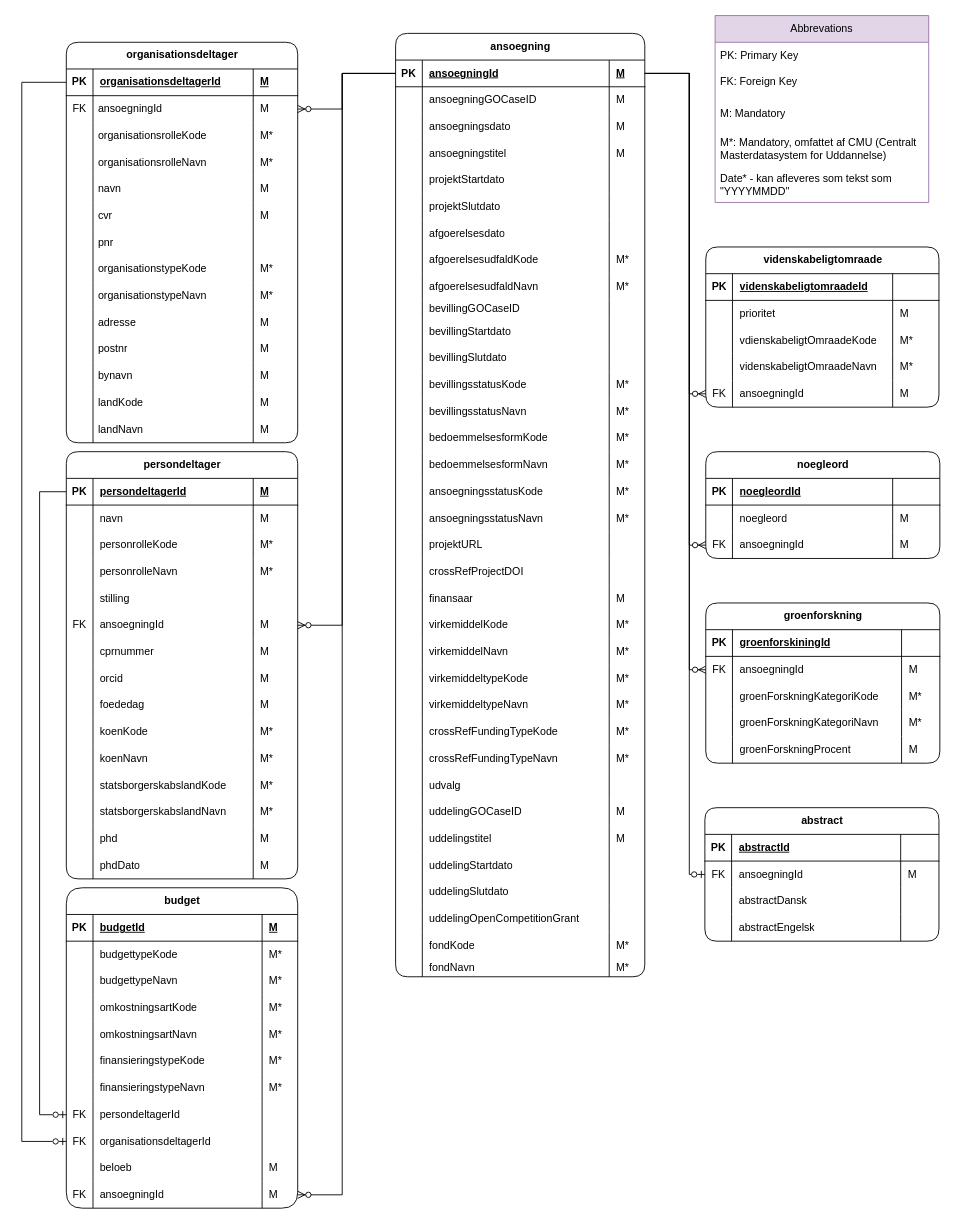
Before: page "NY Raw" (4 of 5) of Grants model.drawio in thomas-lange-dk/Grants, a draw.io diagram. Source tidied: cells renumbered, new cells numbered last; positions are measured from the earlier drawing's top-left corner, leaving out a move shared by most shapes. Both pictures are drawn from the tidied source at 89%, with x=0, y=0 at pixel (21, 15).
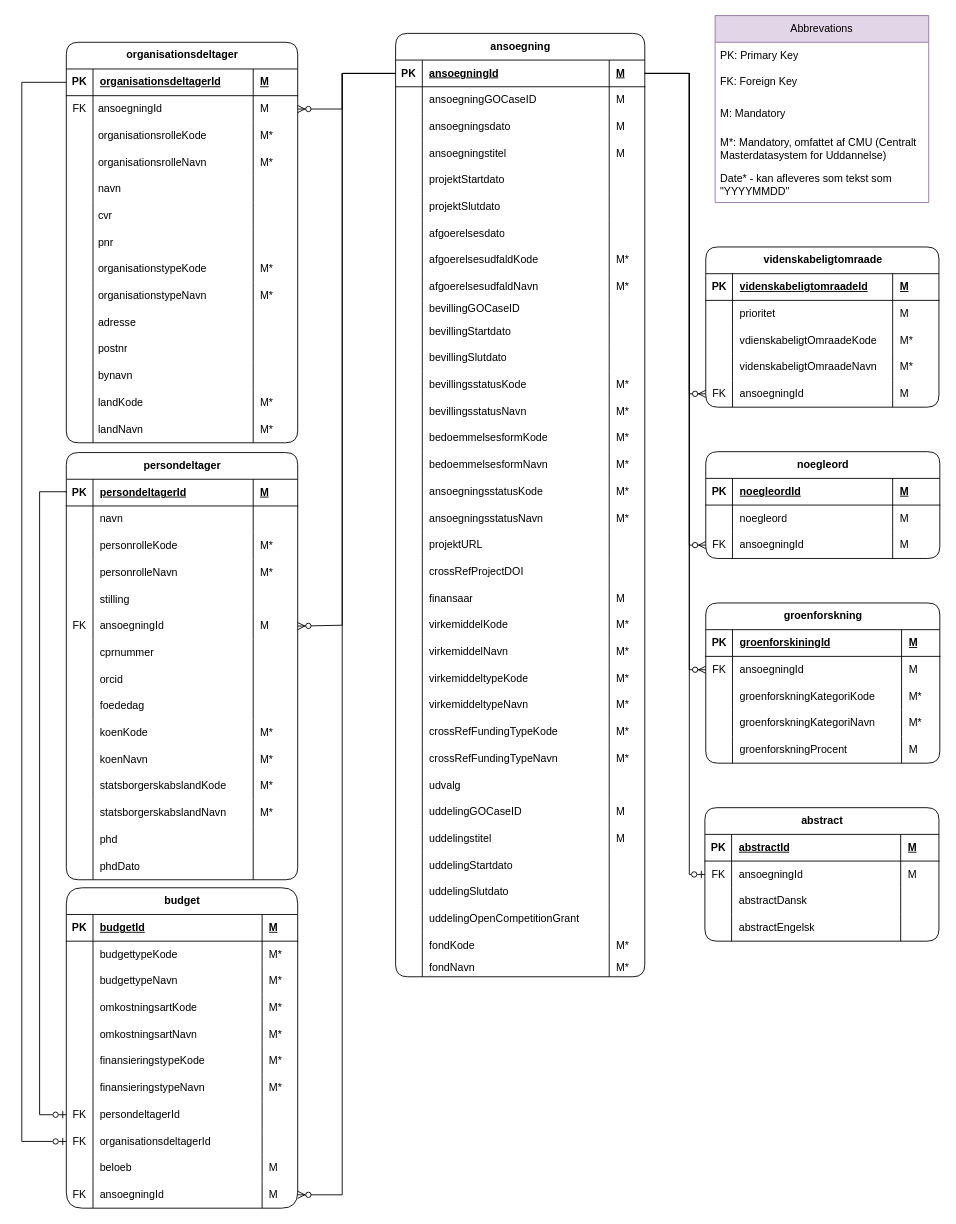
The same diagram, later.

The change refers to these unchanged cells:
```xml
<mxCell id="19" style="shape=tableRow;horizontal=0;startSize=0;swimlaneHead=0;swimlaneBody=0;fillColor=none;top=0;left=0;right=0;bottom=0;shadow=0;spacingBottom=0;spacingTop=0;" parent="2" vertex="1">
  <mxGeometry y="150" width="260" height="30" as="geometry" />
</mxCell>
<mxCell id="23" style="shape=tableRow;horizontal=0;startSize=0;swimlaneHead=0;swimlaneBody=0;fillColor=none;top=0;left=0;right=0;bottom=0;shadow=0;spacingBottom=0;spacingTop=0;" parent="2" vertex="1">
  <mxGeometry y="180" width="260" height="30" as="geometry" />
</mxCell>
<mxCell id="39" style="shape=tableRow;horizontal=0;startSize=0;swimlaneHead=0;swimlaneBody=0;fillColor=none;top=0;left=0;right=0;bottom=0;shadow=0;spacingBottom=0;spacingTop=0;" parent="2" vertex="1">
  <mxGeometry y="300" width="260" height="30" as="geometry" />
</mxCell>
<mxCell id="43" style="shape=tableRow;horizontal=0;startSize=0;swimlaneHead=0;swimlaneBody=0;fillColor=none;top=0;left=0;right=0;bottom=0;shadow=0;spacingBottom=0;spacingTop=0;" parent="2" vertex="1">
  <mxGeometry y="330" width="260" height="30" as="geometry" />
</mxCell>
<mxCell id="47" style="shape=tableRow;horizontal=0;startSize=0;swimlaneHead=0;swimlaneBody=0;fillColor=none;top=0;left=0;right=0;bottom=0;shadow=0;spacingBottom=0;spacingTop=0;" parent="2" vertex="1">
  <mxGeometry y="360" width="260" height="30" as="geometry" />
</mxCell>
<mxCell id="51" style="shape=tableRow;horizontal=0;startSize=0;swimlaneHead=0;swimlaneBody=0;fillColor=none;top=0;left=0;right=0;bottom=0;shadow=0;spacingBottom=0;spacingTop=0;" parent="2" vertex="1">
  <mxGeometry y="390" width="260" height="30" as="geometry" />
</mxCell>
<mxCell id="55" style="shape=tableRow;horizontal=0;startSize=0;swimlaneHead=0;swimlaneBody=0;fillColor=none;top=0;left=0;right=0;bottom=0;shadow=0;spacingBottom=0;spacingTop=0;" parent="2" vertex="1">
  <mxGeometry y="420" width="260" height="30" as="geometry" />
</mxCell>
<mxCell id="60" style="shape=tableRow;horizontal=0;startSize=0;swimlaneHead=0;swimlaneBody=0;fillColor=none;top=0;left=0;right=0;bottom=1;shadow=0;" parent="59" vertex="1">
  <mxGeometry y="30" width="263" height="30" as="geometry" />
</mxCell>
<mxCell id="73" style="shape=tableRow;horizontal=0;startSize=0;swimlaneHead=0;swimlaneBody=0;fillColor=none;top=0;left=0;right=0;bottom=1;shadow=0;" parent="72" vertex="1">
  <mxGeometry y="30" width="262" height="30" as="geometry" />
</mxCell>
<mxCell id="246" style="shape=tableRow;horizontal=0;startSize=0;swimlaneHead=0;swimlaneBody=0;fillColor=none;top=0;left=0;right=0;bottom=0;shadow=0;" parent="241" vertex="1">
  <mxGeometry y="60" width="260" height="30" as="geometry" />
</mxCell>
<mxCell id="266" style="shape=tableRow;horizontal=0;startSize=0;swimlaneHead=0;swimlaneBody=0;fillColor=none;top=0;left=0;right=0;bottom=0;shadow=0;" parent="241" vertex="1">
  <mxGeometry y="210" width="260" height="30" as="geometry" />
</mxCell>
<mxCell id="270" style="shape=tableRow;horizontal=0;startSize=0;swimlaneHead=0;swimlaneBody=0;fillColor=none;top=0;left=0;right=0;bottom=0;shadow=0;" parent="241" vertex="1">
  <mxGeometry y="240" width="260" height="30" as="geometry" />
</mxCell>
<mxCell id="274" style="shape=tableRow;horizontal=0;startSize=0;swimlaneHead=0;swimlaneBody=0;fillColor=none;top=0;left=0;right=0;bottom=0;shadow=0;" parent="241" vertex="1">
  <mxGeometry y="270" width="260" height="30" as="geometry" />
</mxCell>
<mxCell id="294" style="shape=tableRow;horizontal=0;startSize=0;swimlaneHead=0;swimlaneBody=0;fillColor=none;top=0;left=0;right=0;bottom=0;shadow=0;" parent="241" vertex="1">
  <mxGeometry y="420" width="260" height="30" as="geometry" />
</mxCell>
<mxCell id="298" style="shape=tableRow;horizontal=0;startSize=0;swimlaneHead=0;swimlaneBody=0;fillColor=none;top=0;left=0;right=0;bottom=0;shadow=0;" parent="241" vertex="1">
  <mxGeometry y="450" width="260" height="30" as="geometry" />
</mxCell>
<mxCell id="354" style="shape=tableRow;horizontal=0;startSize=0;swimlaneHead=0;swimlaneBody=0;fillColor=none;top=0;left=0;right=0;bottom=1;shadow=0;" parent="353" vertex="1">
  <mxGeometry y="30" width="263" height="30" as="geometry" />
</mxCell>
<mxCell id="362" style="shape=tableRow;horizontal=0;startSize=0;swimlaneHead=0;swimlaneBody=0;fillColor=none;top=0;left=0;right=0;bottom=0;shadow=0;" parent="353" vertex="1">
  <mxGeometry y="90" width="263" height="30" as="geometry" />
</mxCell>
<mxCell id="366" style="shape=tableRow;horizontal=0;startSize=0;swimlaneHead=0;swimlaneBody=0;fillColor=none;top=0;left=0;right=0;bottom=0;shadow=0;" parent="353" vertex="1">
  <mxGeometry y="120" width="263" height="30" as="geometry" />
</mxCell>
<mxCell id="370" style="shape=tableRow;horizontal=0;startSize=0;swimlaneHead=0;swimlaneBody=0;fillColor=none;top=0;left=0;right=0;bottom=0;shadow=0;" parent="353" vertex="1">
  <mxGeometry y="150" width="263" height="30" as="geometry" />
</mxCell>
<mxCell id="376" style="shape=tableRow;horizontal=0;startSize=0;swimlaneHead=0;swimlaneBody=0;fillColor=none;top=0;left=0;right=0;bottom=1;shadow=0;" parent="375" vertex="1">
  <mxGeometry y="30" width="263" height="30" as="geometry" />
</mxCell>
```

What changed in the source:
```diff
@@
-    <mxCell id="22" value="M" style="shape=partialRectangle;fillColor=none;top=0;left=0;bottom=0;right=0;align=left;spacingLeft=6;overflow=hidden;whiteSpace=wrap;html=1;shadow=0;spacingBottom=0;spacingTop=0;" parent="19" vertex="1">
+    <mxCell id="22" style="shape=partialRectangle;fillColor=none;top=0;left=0;bottom=0;right=0;align=left;spacingLeft=6;overflow=hidden;whiteSpace=wrap;html=1;shadow=0;spacingBottom=0;spacingTop=0;" parent="19" vertex="1">
       <mxGeometry x="210" width="50" height="30" as="geometry" />
     </mxCell>
@@
-    <mxCell id="26" value="M" style="shape=partialRectangle;fillColor=none;top=0;left=0;bottom=0;right=0;align=left;spacingLeft=6;overflow=hidden;whiteSpace=wrap;html=1;shadow=0;spacingBottom=0;spacingTop=0;" parent="23" vertex="1">
+    <mxCell id="26" style="shape=partialRectangle;fillColor=none;top=0;left=0;bottom=0;right=0;align=left;spacingLeft=6;overflow=hidden;whiteSpace=wrap;html=1;shadow=0;spacingBottom=0;spacingTop=0;" parent="23" vertex="1">
       <mxGeometry x="210" width="50" height="30" as="geometry" />
     </mxCell>
@@
-    <mxCell id="42" value="M" style="shape=partialRectangle;fillColor=none;top=0;left=0;bottom=0;right=0;align=left;spacingLeft=6;overflow=hidden;whiteSpace=wrap;html=1;shadow=0;spacingBottom=0;spacingTop=0;" parent="39" vertex="1">
+    <mxCell id="42" style="shape=partialRectangle;fillColor=none;top=0;left=0;bottom=0;right=0;align=left;spacingLeft=6;overflow=hidden;whiteSpace=wrap;html=1;shadow=0;spacingBottom=0;spacingTop=0;" parent="39" vertex="1">
       <mxGeometry x="210" width="50" height="30" as="geometry" />
     </mxCell>
@@
-    <mxCell id="46" value="M" style="shape=partialRectangle;fillColor=none;top=0;left=0;bottom=0;right=0;align=left;spacingLeft=6;overflow=hidden;whiteSpace=wrap;html=1;shadow=0;spacingBottom=0;spacingTop=0;" parent="43" vertex="1">
+    <mxCell id="46" style="shape=partialRectangle;fillColor=none;top=0;left=0;bottom=0;right=0;align=left;spacingLeft=6;overflow=hidden;whiteSpace=wrap;html=1;shadow=0;spacingBottom=0;spacingTop=0;" parent="43" vertex="1">
       <mxGeometry x="210" width="50" height="30" as="geometry" />
     </mxCell>
@@
-    <mxCell id="50" value="M" style="shape=partialRectangle;fillColor=none;top=0;left=0;bottom=0;right=0;align=left;spacingLeft=6;overflow=hidden;whiteSpace=wrap;html=1;shadow=0;spacingBottom=0;spacingTop=0;" parent="47" vertex="1">
+    <mxCell id="50" style="shape=partialRectangle;fillColor=none;top=0;left=0;bottom=0;right=0;align=left;spacingLeft=6;overflow=hidden;whiteSpace=wrap;html=1;shadow=0;spacingBottom=0;spacingTop=0;" parent="47" vertex="1">
       <mxGeometry x="210" width="50" height="30" as="geometry" />
     </mxCell>
@@
-    <mxCell id="54" value="M" style="shape=partialRectangle;fillColor=none;top=0;left=0;bottom=0;right=0;align=left;spacingLeft=6;overflow=hidden;whiteSpace=wrap;html=1;shadow=0;spacingBottom=0;spacingTop=0;" parent="51" vertex="1">
+    <mxCell id="54" value="M*" style="shape=partialRectangle;fillColor=none;top=0;left=0;bottom=0;right=0;align=left;spacingLeft=6;overflow=hidden;whiteSpace=wrap;html=1;shadow=0;spacingBottom=0;spacingTop=0;" parent="51" vertex="1">
       <mxGeometry x="210" width="50" height="30" as="geometry" />
     </mxCell>
@@
-    <mxCell id="58" value="M" style="shape=partialRectangle;fillColor=none;top=0;left=0;bottom=0;right=0;align=left;spacingLeft=6;overflow=hidden;whiteSpace=wrap;html=1;shadow=0;spacingBottom=0;spacingTop=0;" parent="55" vertex="1">
+    <mxCell id="58" value="M*" style="shape=partialRectangle;fillColor=none;top=0;left=0;bottom=0;right=0;align=left;spacingLeft=6;overflow=hidden;whiteSpace=wrap;html=1;shadow=0;spacingBottom=0;spacingTop=0;" parent="55" vertex="1">
       <mxGeometry x="210" width="50" height="30" as="geometry" />
     </mxCell>
@@
-    <mxCell id="63" style="shape=partialRectangle;fillColor=none;top=0;left=0;bottom=0;right=0;align=left;spacingLeft=6;fontStyle=5;overflow=hidden;whiteSpace=wrap;html=1;shadow=0;" parent="60" vertex="1">
+    <mxCell id="63" value="M" style="shape=partialRectangle;fillColor=none;top=0;left=0;bottom=0;right=0;align=left;spacingLeft=6;fontStyle=5;overflow=hidden;whiteSpace=wrap;html=1;shadow=0;" parent="60" vertex="1">
       <mxGeometry x="210" width="53" height="30" as="geometry" />
     </mxCell>
@@
-    <mxCell id="76" style="shape=partialRectangle;fillColor=none;top=0;left=0;bottom=0;right=0;align=left;spacingLeft=6;fontStyle=5;overflow=hidden;whiteSpace=wrap;html=1;shadow=0;" parent="73" vertex="1">
+    <mxCell id="76" value="M" style="shape=partialRectangle;fillColor=none;top=0;left=0;bottom=0;right=0;align=left;spacingLeft=6;fontStyle=5;overflow=hidden;whiteSpace=wrap;html=1;shadow=0;" parent="73" vertex="1">
       <mxGeometry x="210" width="52" height="30" as="geometry" />
     </mxCell>
@@
     <mxCell id="241" value="persondeltager" style="shape=table;startSize=30;childLayout=tableLayout;rowLines=0;fontStyle=1;align=center;html=1;shadow=0;rounded=1;" parent="1" vertex="1">
-      <mxGeometry x="50" y="490" width="260" height="480" as="geometry" />
+      <mxGeometry x="50" y="491" width="260" height="480" as="geometry" />
     </mxCell>
@@
-    <mxCell id="249" value="M" style="shape=partialRectangle;fillColor=none;top=0;left=0;bottom=0;right=0;align=left;spacingLeft=6;overflow=hidden;whiteSpace=wrap;html=1;shadow=0;" parent="246" vertex="1">
+    <mxCell id="249" style="shape=partialRectangle;fillColor=none;top=0;left=0;bottom=0;right=0;align=left;spacingLeft=6;overflow=hidden;whiteSpace=wrap;html=1;shadow=0;" parent="246" vertex="1">
       <mxGeometry x="210" width="50" height="30" as="geometry" />
     </mxCell>
@@
-    <mxCell id="269" value="M" style="shape=partialRectangle;fillColor=none;top=0;left=0;bottom=0;right=0;align=left;spacingLeft=6;overflow=hidden;whiteSpace=wrap;html=1;shadow=0;" parent="266" vertex="1">
+    <mxCell id="269" style="shape=partialRectangle;fillColor=none;top=0;left=0;bottom=0;right=0;align=left;spacingLeft=6;overflow=hidden;whiteSpace=wrap;html=1;shadow=0;" parent="266" vertex="1">
       <mxGeometry x="210" width="50" height="30" as="geometry" />
     </mxCell>
@@
-    <mxCell id="273" value="M" style="shape=partialRectangle;fillColor=none;top=0;left=0;bottom=0;right=0;align=left;spacingLeft=6;overflow=hidden;whiteSpace=wrap;html=1;shadow=0;" parent="270" vertex="1">
+    <mxCell id="273" style="shape=partialRectangle;fillColor=none;top=0;left=0;bottom=0;right=0;align=left;spacingLeft=6;overflow=hidden;whiteSpace=wrap;html=1;shadow=0;" parent="270" vertex="1">
       <mxGeometry x="210" width="50" height="30" as="geometry" />
     </mxCell>
@@
-    <mxCell id="277" value="M" style="shape=partialRectangle;fillColor=none;top=0;left=0;bottom=0;right=0;align=left;spacingLeft=6;overflow=hidden;whiteSpace=wrap;html=1;shadow=0;" parent="274" vertex="1">
+    <mxCell id="277" style="shape=partialRectangle;fillColor=none;top=0;left=0;bottom=0;right=0;align=left;spacingLeft=6;overflow=hidden;whiteSpace=wrap;html=1;shadow=0;" parent="274" vertex="1">
       <mxGeometry x="210" width="50" height="30" as="geometry" />
     </mxCell>
@@
-    <mxCell id="297" value="M" style="shape=partialRectangle;fillColor=none;top=0;left=0;bottom=0;right=0;align=left;spacingLeft=6;overflow=hidden;whiteSpace=wrap;html=1;shadow=0;" parent="294" vertex="1">
+    <mxCell id="297" style="shape=partialRectangle;fillColor=none;top=0;left=0;bottom=0;right=0;align=left;spacingLeft=6;overflow=hidden;whiteSpace=wrap;html=1;shadow=0;" parent="294" vertex="1">
       <mxGeometry x="210" width="50" height="30" as="geometry" />
     </mxCell>
@@
-    <mxCell id="301" value="M" style="shape=partialRectangle;fillColor=none;top=0;left=0;bottom=0;right=0;align=left;spacingLeft=6;overflow=hidden;whiteSpace=wrap;html=1;shadow=0;" parent="298" vertex="1">
+    <mxCell id="301" style="shape=partialRectangle;fillColor=none;top=0;left=0;bottom=0;right=0;align=left;spacingLeft=6;overflow=hidden;whiteSpace=wrap;html=1;shadow=0;" parent="298" vertex="1">
       <mxGeometry x="210" width="50" height="30" as="geometry" />
     </mxCell>
@@
-    <mxCell id="357" style="shape=partialRectangle;fillColor=none;top=0;left=0;bottom=0;right=0;align=left;spacingLeft=6;fontStyle=5;overflow=hidden;whiteSpace=wrap;html=1;shadow=0;" parent="354" vertex="1">
+    <mxCell id="357" value="M" style="shape=partialRectangle;fillColor=none;top=0;left=0;bottom=0;right=0;align=left;spacingLeft=6;fontStyle=5;overflow=hidden;whiteSpace=wrap;html=1;shadow=0;" parent="354" vertex="1">
       <mxGeometry x="220" width="43" height="30" as="geometry" />
     </mxCell>
@@
-    <mxCell id="364" value="groenForskningKategoriKode" style="shape=partialRectangle;fillColor=none;top=0;left=0;bottom=0;right=0;align=left;spacingLeft=6;overflow=hidden;whiteSpace=wrap;html=1;shadow=0;" parent="362" vertex="1">
+    <mxCell id="364" value="groenforskningKategoriKode" style="shape=partialRectangle;fillColor=none;top=0;left=0;bottom=0;right=0;align=left;spacingLeft=6;overflow=hidden;whiteSpace=wrap;html=1;shadow=0;" parent="362" vertex="1">
       <mxGeometry x="30" width="190" height="30" as="geometry" />
     </mxCell>
@@
-    <mxCell id="368" value="&lt;span style=&quot;color: rgb(0, 0, 0); font-family: Helvetica; font-size: 12px; font-style: normal; font-variant-ligatures: normal; font-variant-caps: normal; font-weight: 400; letter-spacing: normal; orphans: 2; text-align: left; text-indent: 0px; text-transform: none; widows: 2; word-spacing: 0px; -webkit-text-stroke-width: 0px; white-space: normal; text-decoration-thickness: initial; text-decoration-style: initial; text-decoration-color: initial; float: none; display: inline !important;&quot;&gt;groenForskningKategoriNavn&lt;/span&gt;" style="shape=partialRectangle;fillColor=none;top=0;left=0;bottom=0;right=0;align=left;spacingLeft=6;overflow=hidden;whiteSpace=wrap;html=1;shadow=0;" parent="366" vertex="1">
+    <mxCell id="368" value="&lt;span style=&quot;color: rgb(0, 0, 0); font-family: Helvetica; font-size: 12px; font-style: normal; font-variant-ligatures: normal; font-variant-caps: normal; font-weight: 400; letter-spacing: normal; orphans: 2; text-align: left; text-indent: 0px; text-transform: none; widows: 2; word-spacing: 0px; -webkit-text-stroke-width: 0px; white-space: normal; text-decoration-thickness: initial; text-decoration-style: initial; text-decoration-color: initial; float: none; display: inline !important;&quot;&gt;groenforskningKategoriNavn&lt;/span&gt;" style="shape=partialRectangle;fillColor=none;top=0;left=0;bottom=0;right=0;align=left;spacingLeft=6;overflow=hidden;whiteSpace=wrap;html=1;shadow=0;" parent="366" vertex="1">
       <mxGeometry x="30" width="190" height="30" as="geometry" />
     </mxCell>
@@
-    <mxCell id="372" value="groenForskningProcent" style="shape=partialRectangle;fillColor=none;top=0;left=0;bottom=0;right=0;align=left;spacingLeft=6;overflow=hidden;whiteSpace=wrap;html=1;shadow=0;" parent="370" vertex="1">
+    <mxCell id="372" value="groenf&lt;span style=&quot;background-color: transparent; color: light-dark(rgb(0, 0, 0), rgb(255, 255, 255));&quot;&gt;orskningProcent&lt;/span&gt;" style="shape=partialRectangle;fillColor=none;top=0;left=0;bottom=0;right=0;align=left;spacingLeft=6;overflow=hidden;whiteSpace=wrap;html=1;shadow=0;" parent="370" vertex="1">
       <mxGeometry x="30" width="190" height="30" as="geometry" />
     </mxCell>
@@
-    <mxCell id="379" style="shape=partialRectangle;fillColor=none;top=0;left=0;bottom=0;right=0;align=left;spacingLeft=6;fontStyle=5;overflow=hidden;whiteSpace=wrap;html=1;shadow=0;" parent="376" vertex="1">
+    <mxCell id="379" value="M" style="shape=partialRectangle;fillColor=none;top=0;left=0;bottom=0;right=0;align=left;spacingLeft=6;fontStyle=5;overflow=hidden;whiteSpace=wrap;html=1;shadow=0;" parent="376" vertex="1">
       <mxGeometry x="220" width="43" height="30" as="geometry" />
     </mxCell>
```
